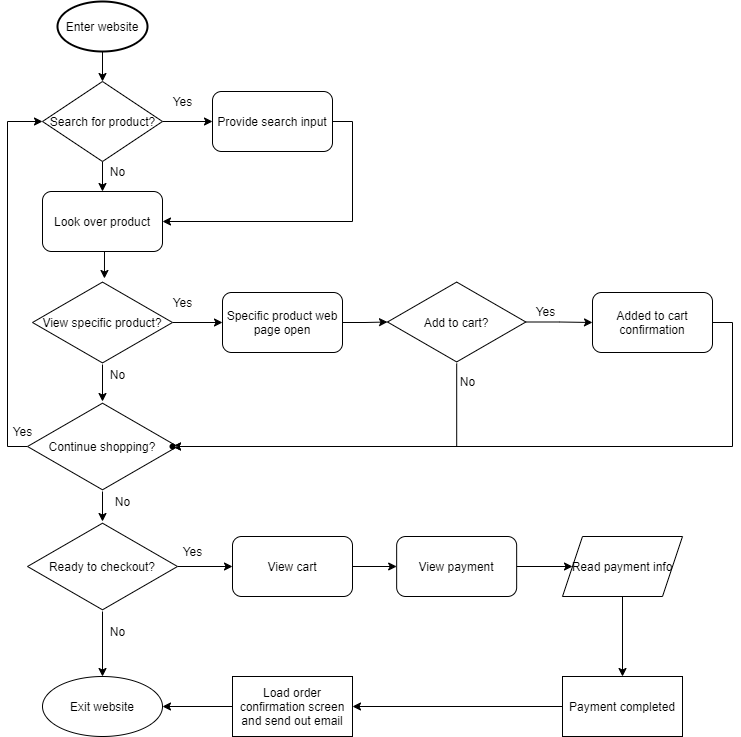
This is explore/diagramming/diagram.drawio.png from xiaoyezuo/fa21-cse110-lab4, a draw.io export, as it was before one commit. Source tidied: cells renumbered, new cells last; positions are measured from the earlier drawing's top-left corner, leaving out a move shared by most shapes.
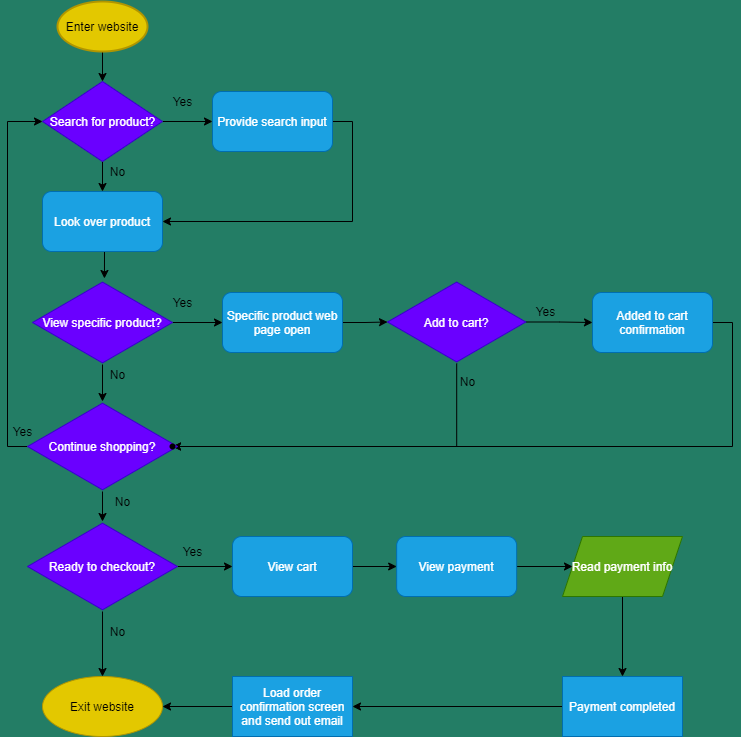
The same diagram one commit later.

Commit message:
Modified color layout of flowchart

What changed in the source:
```diff
@@ -1,11 +1,11 @@
-<mxGraphModel>
+<mxGraphModel background="#237D65">
   <root>
     <mxCell id="0" />
     <mxCell id="1" parent="0" />
     <mxCell id="2" style="edgeStyle=orthogonalEdgeStyle;rounded=0;jettySize=auto;html=1;exitX=0.5;exitY=1;exitDx=0;exitDy=0;exitPerimeter=0;entryX=0.5;entryY=0;entryDx=0;entryDy=0;" parent="1" edge="1" source="3" target="6">
       <mxGeometry relative="1" as="geometry" />
     </mxCell>
-    <mxCell id="3" value="Enter website" style="strokeWidth=2;html=1;shape=mxgraph.flowchart.start_1;whiteSpace=wrap;" parent="1" vertex="1">
+    <mxCell id="3" value="Enter website" style="strokeWidth=2;html=1;shape=mxgraph.flowchart.start_1;whiteSpace=wrap;fillColor=#e3c800;strokeColor=#B09500;fontColor=#000000;" parent="1" vertex="1">
       <mxGeometry x="55" width="90" height="50" as="geometry" />
     </mxCell>
     <mxCell id="4" style="edgeStyle=orthogonalEdgeStyle;rounded=0;jettySize=auto;html=1;exitX=0.5;exitY=1;exitDx=0;exitDy=0;entryX=0.5;entryY=0;entryDx=0;entryDy=0;" parent="1" edge="1" source="6" target="10">
@@ -14,19 +14,19 @@
     <mxCell id="5" style="edgeStyle=orthogonalEdgeStyle;rounded=0;jettySize=auto;html=1;" parent="1" edge="1" source="6" target="8">
       <mxGeometry relative="1" as="geometry" />
     </mxCell>
-    <mxCell id="6" value="Search for product?" style="shape=rhombus;html=1;dashed=0;whitespace=wrap;perimeter=rhombusPerimeter;" parent="1" vertex="1">
+    <mxCell id="6" value="Search for product?" style="shape=rhombus;html=1;dashed=0;whitespace=wrap;perimeter=rhombusPerimeter;fillColor=#6a00ff;strokeColor=#3700CC;fontColor=#ffffff;" parent="1" vertex="1">
       <mxGeometry x="40" y="80" width="120" height="80" as="geometry" />
     </mxCell>
     <mxCell id="7" style="edgeStyle=orthogonalEdgeStyle;rounded=0;jettySize=auto;html=1;exitX=1;exitY=0.5;exitDx=0;exitDy=0;entryX=1;entryY=0.5;entryDx=0;entryDy=0;" parent="1" edge="1" source="8" target="10">
       <mxGeometry relative="1" as="geometry" />
     </mxCell>
-    <mxCell id="8" value="Provide search input" style="rounded=1;whiteSpace=wrap;html=1;" parent="1" vertex="1">
+    <mxCell id="8" value="Provide search input" style="rounded=1;whiteSpace=wrap;html=1;fillColor=#1ba1e2;strokeColor=#006EAF;fontColor=#ffffff;" parent="1" vertex="1">
       <mxGeometry x="210" y="90" width="120" height="60" as="geometry" />
     </mxCell>
     <mxCell id="9" style="edgeStyle=orthogonalEdgeStyle;rounded=0;jettySize=auto;html=1;exitX=0.5;exitY=1;exitDx=0;exitDy=0;entryX=0.514;entryY=-0.024;entryDx=0;entryDy=0;entryPerimeter=0;" parent="1" edge="1" source="10" target="13">
       <mxGeometry relative="1" as="geometry" />
     </mxCell>
-    <mxCell id="10" value="Look over product" style="rounded=1;whiteSpace=wrap;html=1;" parent="1" vertex="1">
+    <mxCell id="10" value="Look over product" style="rounded=1;whiteSpace=wrap;html=1;fillColor=#1ba1e2;strokeColor=#006EAF;fontColor=#ffffff;" parent="1" vertex="1">
       <mxGeometry x="40" y="190" width="120" height="60" as="geometry" />
     </mxCell>
     <mxCell id="11" style="edgeStyle=orthogonalEdgeStyle;rounded=0;jettySize=auto;html=1;" parent="1" edge="1" source="13" target="23">
@@ -35,13 +35,13 @@
     <mxCell id="12" style="edgeStyle=orthogonalEdgeStyle;rounded=0;jettySize=auto;html=1;" parent="1" edge="1" source="13" target="15">
       <mxGeometry relative="1" as="geometry" />
     </mxCell>
-    <mxCell id="13" value="View specific product?" style="html=1;whiteSpace=wrap;shape=isoRectangle;" parent="1" vertex="1">
+    <mxCell id="13" value="View specific product?" style="html=1;whiteSpace=wrap;shape=isoRectangle;fillColor=#6a00ff;strokeColor=#3700CC;fontColor=#ffffff;" parent="1" vertex="1">
       <mxGeometry x="30" y="279" width="140" height="84" as="geometry" />
     </mxCell>
     <mxCell id="14" style="edgeStyle=orthogonalEdgeStyle;rounded=0;jettySize=auto;html=1;" parent="1" edge="1" source="15" target="18">
       <mxGeometry relative="1" as="geometry" />
     </mxCell>
-    <mxCell id="15" value="Specific product web page open" style="rounded=1;whiteSpace=wrap;html=1;" parent="1" vertex="1">
+    <mxCell id="15" value="Specific product web page open" style="rounded=1;whiteSpace=wrap;html=1;fillColor=#1ba1e2;strokeColor=#006EAF;fontColor=#ffffff;" parent="1" vertex="1">
       <mxGeometry x="220" y="291" width="120" height="60" as="geometry" />
     </mxCell>
     <mxCell id="16" style="edgeStyle=orthogonalEdgeStyle;rounded=0;jettySize=auto;html=1;" parent="1" edge="1" source="18" target="20">
@@ -54,7 +54,7 @@
         </Array>
       </mxGeometry>
     </mxCell>
-    <mxCell id="18" value="Add to cart?" style="html=1;whiteSpace=wrap;shape=isoRectangle;" parent="1" vertex="1">
+    <mxCell id="18" value="Add to cart?" style="html=1;whiteSpace=wrap;shape=isoRectangle;fillColor=#6a00ff;strokeColor=#3700CC;fontColor=#ffffff;" parent="1" vertex="1">
       <mxGeometry x="385" y="279" width="138.3" height="83" as="geometry" />
     </mxCell>
     <mxCell id="19" style="edgeStyle=orthogonalEdgeStyle;rounded=0;jettySize=auto;html=1;exitX=1;exitY=0.5;exitDx=0;exitDy=0;entryX=0.69;entryY=0.595;entryDx=0;entryDy=0;entryPerimeter=0;" parent="1" edge="1" source="20" target="38">
@@ -65,7 +65,7 @@
         </Array>
       </mxGeometry>
     </mxCell>
-    <mxCell id="20" value="Added to cart confirmation" style="rounded=1;whiteSpace=wrap;html=1;" parent="1" vertex="1">
+    <mxCell id="20" value="Added to cart confirmation" style="rounded=1;whiteSpace=wrap;html=1;fillColor=#1ba1e2;strokeColor=#006EAF;fontColor=#ffffff;" parent="1" vertex="1">
       <mxGeometry x="590" y="291" width="120" height="60" as="geometry" />
     </mxCell>
     <mxCell id="21" style="edgeStyle=orthogonalEdgeStyle;rounded=0;jettySize=auto;html=1;" parent="1" edge="1" source="23" target="26">
@@ -79,7 +79,7 @@
         </Array>
       </mxGeometry>
     </mxCell>
-    <mxCell id="23" value="Continue shopping?" style="html=1;whiteSpace=wrap;shape=isoRectangle;" parent="1" vertex="1">
+    <mxCell id="23" value="Continue shopping?" style="html=1;whiteSpace=wrap;shape=isoRectangle;fillColor=#6a00ff;strokeColor=#3700CC;fontColor=#ffffff;" parent="1" vertex="1">
       <mxGeometry x="25" y="400" width="150" height="90" as="geometry" />
     </mxCell>
     <mxCell id="24" style="edgeStyle=orthogonalEdgeStyle;rounded=0;jettySize=auto;html=1;" parent="1" edge="1" source="26" target="28">
@@ -88,40 +88,40 @@
     <mxCell id="25" style="edgeStyle=orthogonalEdgeStyle;rounded=0;jettySize=auto;html=1;" parent="1" edge="1" source="26" target="33">
       <mxGeometry relative="1" as="geometry" />
     </mxCell>
-    <mxCell id="26" value="Ready to checkout?" style="html=1;whiteSpace=wrap;shape=isoRectangle;" parent="1" vertex="1">
+    <mxCell id="26" value="Ready to checkout?" style="html=1;whiteSpace=wrap;shape=isoRectangle;fillColor=#6a00ff;strokeColor=#3700CC;fontColor=#ffffff;" parent="1" vertex="1">
       <mxGeometry x="25" y="520" width="150" height="90" as="geometry" />
     </mxCell>
     <mxCell id="27" style="edgeStyle=orthogonalEdgeStyle;rounded=0;jettySize=auto;html=1;" parent="1" edge="1" source="28" target="30">
       <mxGeometry relative="1" as="geometry" />
     </mxCell>
-    <mxCell id="28" value="View cart" style="rounded=1;whiteSpace=wrap;html=1;" parent="1" vertex="1">
+    <mxCell id="28" value="View cart" style="rounded=1;whiteSpace=wrap;html=1;fillColor=#1ba1e2;strokeColor=#006EAF;fontColor=#ffffff;" parent="1" vertex="1">
       <mxGeometry x="230" y="535" width="120" height="60" as="geometry" />
     </mxCell>
     <mxCell id="29" style="edgeStyle=orthogonalEdgeStyle;rounded=0;jettySize=auto;html=1;" parent="1" edge="1" source="30" target="32">
       <mxGeometry relative="1" as="geometry" />
     </mxCell>
-    <mxCell id="30" value="View payment" style="whiteSpace=wrap;html=1;rounded=1;" parent="1" vertex="1">
+    <mxCell id="30" value="View payment" style="whiteSpace=wrap;html=1;rounded=1;fillColor=#1ba1e2;strokeColor=#006EAF;fontColor=#ffffff;" parent="1" vertex="1">
       <mxGeometry x="394.2" y="535" width="120" height="60" as="geometry" />
     </mxCell>
     <mxCell id="31" style="edgeStyle=orthogonalEdgeStyle;rounded=0;jettySize=auto;html=1;" parent="1" edge="1" source="32" target="35">
       <mxGeometry relative="1" as="geometry" />
     </mxCell>
-    <mxCell id="32" value="Read payment info" style="shape=parallelogram;perimeter=parallelogramPerimeter;whiteSpace=wrap;html=1;fixedSize=1;" parent="1" vertex="1">
+    <mxCell id="32" value="Read payment info" style="shape=parallelogram;perimeter=parallelogramPerimeter;whiteSpace=wrap;html=1;fixedSize=1;fillColor=#60a917;strokeColor=#2D7600;fontColor=#ffffff;" parent="1" vertex="1">
       <mxGeometry x="560" y="535" width="120" height="60" as="geometry" />
     </mxCell>
-    <mxCell id="33" value="Exit website" style="ellipse;whiteSpace=wrap;html=1;" parent="1" vertex="1">
+    <mxCell id="33" value="Exit website" style="ellipse;whiteSpace=wrap;html=1;fillColor=#e3c800;strokeColor=#B09500;fontColor=#000000;" parent="1" vertex="1">
       <mxGeometry x="40" y="675" width="120" height="60" as="geometry" />
     </mxCell>
     <mxCell id="34" style="edgeStyle=orthogonalEdgeStyle;rounded=0;jettySize=auto;html=1;" parent="1" edge="1" source="35" target="37">
       <mxGeometry relative="1" as="geometry" />
     </mxCell>
-    <mxCell id="35" value="Payment completed" style="whiteSpace=wrap;html=1;" parent="1" vertex="1">
+    <mxCell id="35" value="Payment completed" style="whiteSpace=wrap;html=1;fillColor=#1ba1e2;strokeColor=#006EAF;fontColor=#ffffff;" parent="1" vertex="1">
       <mxGeometry x="560" y="675" width="120" height="60" as="geometry" />
     </mxCell>
     <mxCell id="36" style="edgeStyle=orthogonalEdgeStyle;rounded=0;jettySize=auto;html=1;" parent="1" edge="1" source="37" target="33">
       <mxGeometry relative="1" as="geometry" />
     </mxCell>
-    <mxCell id="37" value="Load order confirmation screen and send out email" style="whiteSpace=wrap;html=1;" parent="1" vertex="1">
+    <mxCell id="37" value="Load order confirmation screen and send out email" style="whiteSpace=wrap;html=1;fillColor=#1ba1e2;strokeColor=#006EAF;fontColor=#ffffff;" parent="1" vertex="1">
       <mxGeometry x="230" y="675" width="120" height="60" as="geometry" />
     </mxCell>
     <mxCell id="38" style="shape=waypoint;size=6;points=[];fillColor=#2a2a2a;perimeter=centerPerimeter;snapToPoint=1;" parent="1" vertex="1">
```
